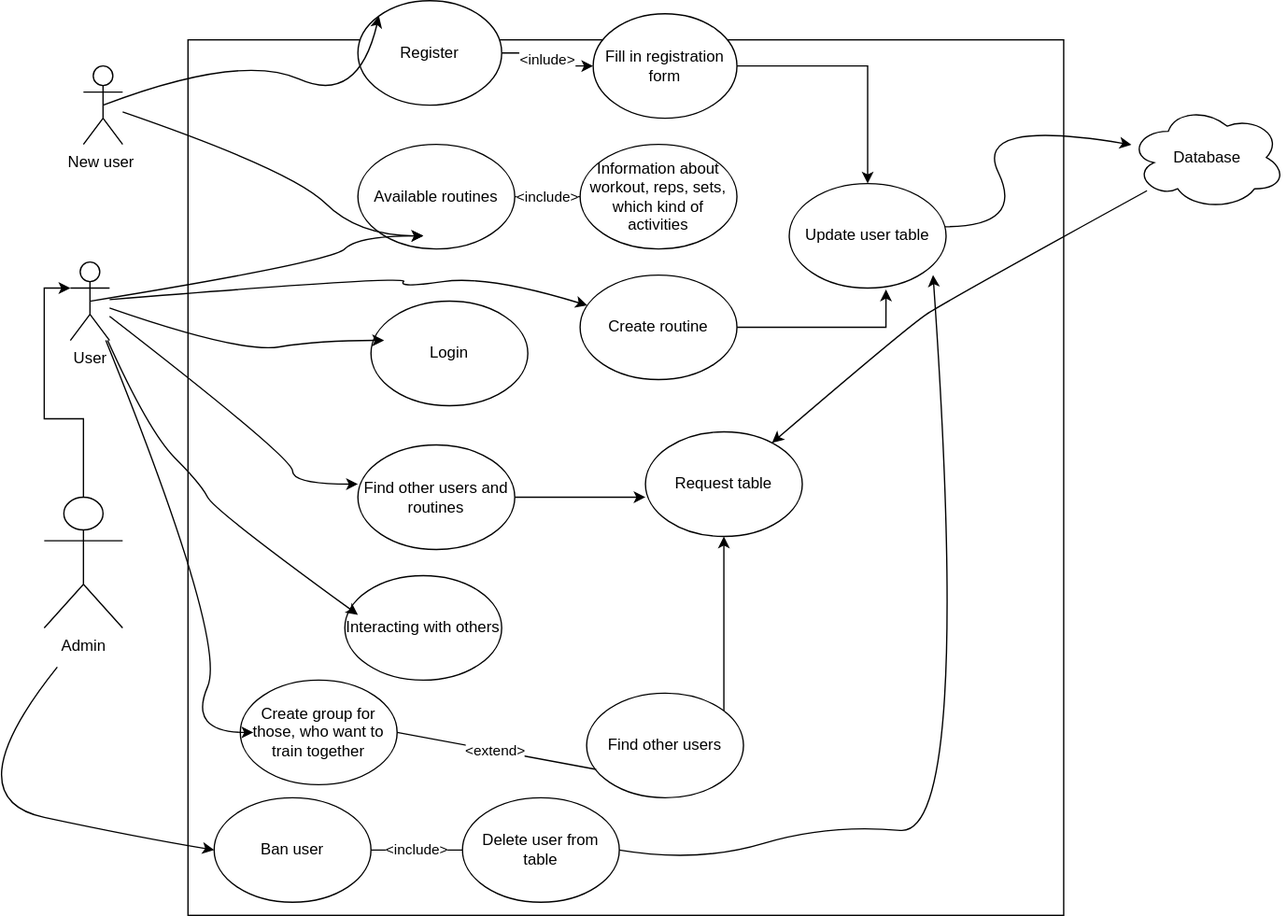
Maybenex1ime/Web_Project_Autumn_2021 keeps this draw.io diagram as UC.svg. Above is the earlier version. Source tidied: cells renumbered, new cells last; positions are measured from the earlier drawing's top-left corner, leaving out a move shared by most shapes.
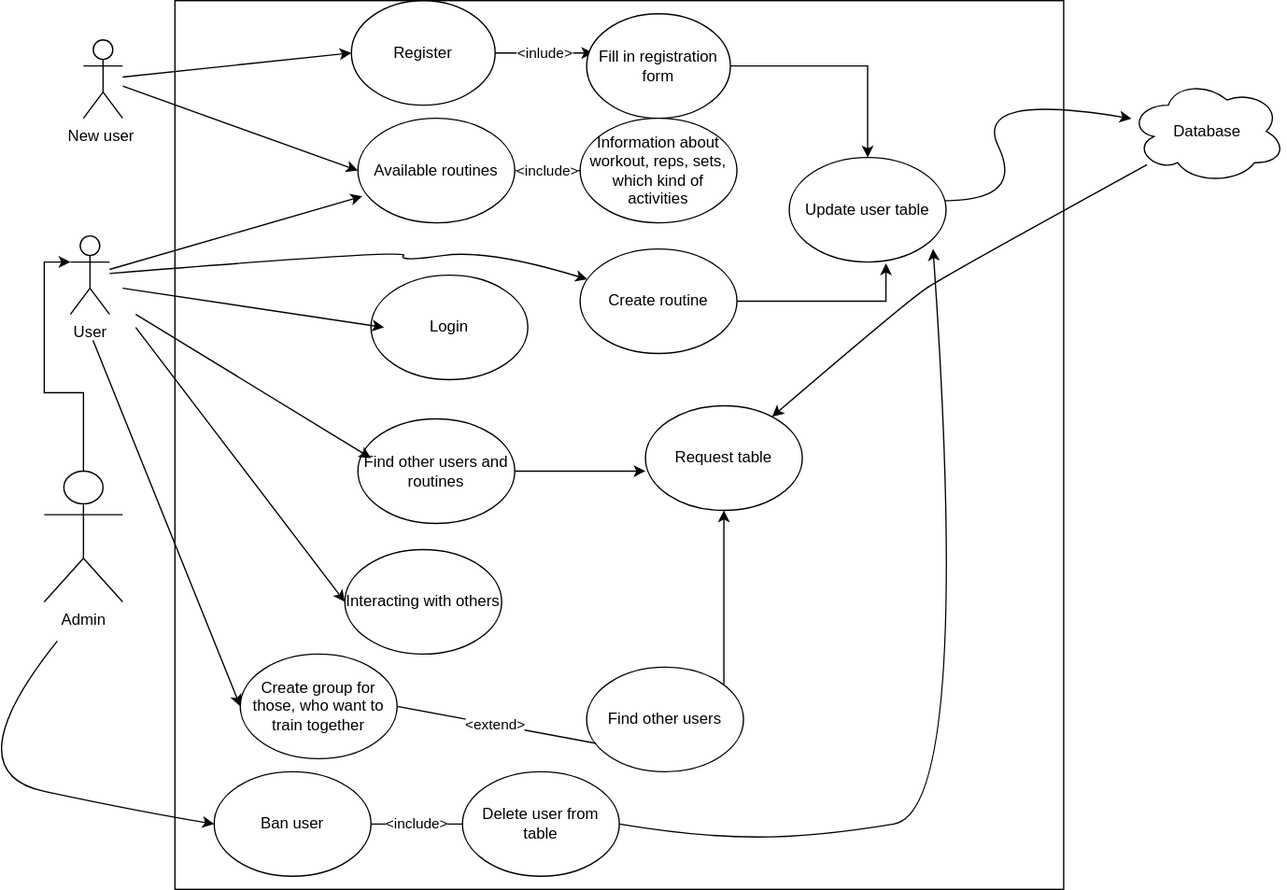
After the change.

The edit, as a diff of the source:
```diff
@@ -6,64 +6,31 @@
       <mxGeometry x="100" y="50" width="30" height="60" as="geometry" />
     </mxCell>
     <mxCell id="3" style="whiteSpace=wrap;html=1;" parent="1" vertex="1">
-      <mxGeometry x="180" y="30" width="670" height="670" as="geometry" />
+      <mxGeometry x="170" y="20" width="680" height="680" as="geometry" />
     </mxCell>
-    <mxCell id="4" value="&amp;lt;inlude&amp;gt;" style="edgeStyle=orthogonalEdgeStyle;rounded=0;jettySize=auto;html=1;entryX=0;entryY=0.5;entryDx=0;entryDy=0;" parent="1" edge="1" source="5" target="7">
-      <mxGeometry relative="1" as="geometry" />
+    <mxCell id="4" value="&amp;lt;inlude&amp;gt;" style="edgeStyle=orthogonalEdgeStyle;rounded=0;jettySize=auto;html=1;" parent="1" edge="1" source="5">
+      <mxGeometry relative="1" as="geometry">
+        <mxPoint x="490" y="60" as="targetPoint" />
+      </mxGeometry>
     </mxCell>
     <mxCell id="5" value="Register" style="ellipse;whiteSpace=wrap;html=1;" parent="1" vertex="1">
-      <mxGeometry x="310" width="110" height="80" as="geometry" />
+      <mxGeometry x="305" y="20" width="110" height="80" as="geometry" />
     </mxCell>
     <mxCell id="6" style="edgeStyle=orthogonalEdgeStyle;rounded=0;jettySize=auto;html=1;" parent="1" edge="1" source="7" target="17">
       <mxGeometry relative="1" as="geometry" />
     </mxCell>
     <mxCell id="7" value="Fill in registration form" style="ellipse;whiteSpace=wrap;html=1;" parent="1" vertex="1">
-      <mxGeometry x="490" y="10" width="110" height="80" as="geometry" />
+      <mxGeometry x="485" y="30" width="110" height="80" as="geometry" />
     </mxCell>
-    <mxCell id="8" style="curved=1;endArrow=classic;html=1;exitX=0.5;exitY=0.5;exitDx=0;exitDy=0;exitPerimeter=0;entryX=0;entryY=0;entryDx=0;entryDy=0;" parent="1" edge="1" source="2" target="5">
-      <mxGeometry relative="1" as="geometry">
-        <Array as="points">
-          <mxPoint x="220" y="40" />
-          <mxPoint x="310" y="80" />
-        </Array>
-      </mxGeometry>
-    </mxCell>
     <mxCell id="9" value="User" style="shape=umlActor;verticalLabelPosition=bottom;verticalAlign=top;html=1;outlineConnect=0;" parent="1" vertex="1">
       <mxGeometry x="90" y="200" width="30" height="60" as="geometry" />
     </mxCell>
     <mxCell id="10" value="Login" style="ellipse;whiteSpace=wrap;html=1;" parent="1" vertex="1">
       <mxGeometry x="320" y="230" width="120" height="80" as="geometry" />
     </mxCell>
-    <mxCell id="11" style="curved=1;endArrow=classic;html=1;" parent="1" edge="1" source="9">
-      <mxGeometry relative="1" as="geometry">
-        <mxPoint x="330" y="260" as="targetPoint" />
-        <Array as="points">
-          <mxPoint x="220" y="270" />
-          <mxPoint x="280" y="260" />
-        </Array>
-      </mxGeometry>
-    </mxCell>
     <mxCell id="12" value="Available routines" style="ellipse;whiteSpace=wrap;html=1;" parent="1" vertex="1">
       <mxGeometry x="310" y="110" width="120" height="80" as="geometry" />
     </mxCell>
-    <mxCell id="13" style="curved=1;endArrow=classic;html=1;" parent="1" edge="1" source="2">
-      <mxGeometry relative="1" as="geometry">
-        <mxPoint x="360" y="180" as="targetPoint" />
-        <Array as="points">
-          <mxPoint x="260" y="130" />
-          <mxPoint x="310" y="180" />
-        </Array>
-      </mxGeometry>
-    </mxCell>
-    <mxCell id="14" style="curved=1;endArrow=classic;html=1;exitX=0.5;exitY=0.5;exitDx=0;exitDy=0;exitPerimeter=0;" parent="1" edge="1" source="9">
-      <mxGeometry relative="1" as="geometry">
-        <mxPoint x="360" y="180" as="targetPoint" />
-        <Array as="points">
-          <mxPoint x="290" y="200" />
-          <mxPoint x="310" y="180" />
-        </Array>
-      </mxGeometry>
-    </mxCell>
     <mxCell id="15" value="Information about workout, reps, sets, which kind of activities" style="ellipse;whiteSpace=wrap;html=1;" parent="1" vertex="1">
       <mxGeometry x="480" y="110" width="120" height="80" as="geometry" />
     </mxCell>
@@ -90,15 +57,6 @@
     <mxCell id="21" value="Find other users and routines" style="ellipse;whiteSpace=wrap;html=1;" parent="1" vertex="1">
       <mxGeometry x="310" y="340" width="120" height="80" as="geometry" />
     </mxCell>
-    <mxCell id="22" style="curved=1;endArrow=classic;html=1;" parent="1" edge="1" source="9">
-      <mxGeometry relative="1" as="geometry">
-        <mxPoint x="310" y="370" as="targetPoint" />
-        <Array as="points">
-          <mxPoint x="260" y="350" />
-          <mxPoint x="260" y="370" />
-        </Array>
-      </mxGeometry>
-    </mxCell>
     <mxCell id="23" value="Request table" style="ellipse;whiteSpace=wrap;html=1;" parent="1" vertex="1">
       <mxGeometry x="530" y="330" width="120" height="80" as="geometry" />
     </mxCell>
@@ -113,16 +71,6 @@
     <mxCell id="25" value="Interacting with others" style="ellipse;whiteSpace=wrap;html=1;" parent="1" vertex="1">
       <mxGeometry x="300" y="440" width="120" height="80" as="geometry" />
     </mxCell>
-    <mxCell id="26" style="curved=1;endArrow=classic;html=1;" parent="1" edge="1" source="9">
-      <mxGeometry relative="1" as="geometry">
-        <mxPoint x="310" y="470" as="targetPoint" />
-        <Array as="points">
-          <mxPoint x="150" y="330" />
-          <mxPoint x="190" y="370" />
-          <mxPoint x="200" y="390" />
-        </Array>
-      </mxGeometry>
-    </mxCell>
     <mxCell id="27" style="edgeStyle=orthogonalEdgeStyle;rounded=0;jettySize=auto;html=1;entryX=0.617;entryY=1.013;entryDx=0;entryDy=0;entryPerimeter=0;" parent="1" edge="1" source="28" target="17">
       <mxGeometry relative="1" as="geometry" />
     </mxCell>
@@ -141,15 +89,6 @@
     <mxCell id="30" value="Create group for those, who want to train together" style="ellipse;whiteSpace=wrap;html=1;" parent="1" vertex="1">
       <mxGeometry x="220" y="520" width="120" height="80" as="geometry" />
     </mxCell>
-    <mxCell id="31" style="curved=1;endArrow=classic;html=1;" parent="1" edge="1" source="9">
-      <mxGeometry relative="1" as="geometry">
-        <mxPoint x="230" y="560" as="targetPoint" />
-        <Array as="points">
-          <mxPoint x="210" y="490" />
-          <mxPoint x="180" y="560" />
-        </Array>
-      </mxGeometry>
-    </mxCell>
     <mxCell id="32" style="edgeStyle=orthogonalEdgeStyle;rounded=0;jettySize=auto;html=1;" parent="1" edge="1" source="33" target="23">
       <mxGeometry relative="1" as="geometry">
         <Array as="points">
@@ -183,7 +122,7 @@
       <mxGeometry relative="1" as="geometry">
         <Array as="points">
           <mxPoint x="570" y="660" />
-          <mxPoint x="670" y="630" />
+          <mxPoint x="660" y="660" />
           <mxPoint x="780" y="640" />
         </Array>
       </mxGeometry>
@@ -197,5 +136,36 @@
         </Array>
       </mxGeometry>
     </mxCell>
+    <mxCell id="8" style="endArrow=classic;html=1;entryX=0;entryY=0.5;entryDx=0;entryDy=0;" parent="1" edge="1" source="2" target="5">
+      <mxGeometry relative="1" as="geometry" />
+    </mxCell>
+    <mxCell id="42" style="endArrow=classic;html=1;entryX=0;entryY=0.5;entryDx=0;entryDy=0;" parent="1" edge="1" source="2" target="12">
+      <mxGeometry relative="1" as="geometry" />
+    </mxCell>
+    <mxCell id="43" style="endArrow=classic;html=1;entryX=0.028;entryY=0.746;entryDx=0;entryDy=0;entryPerimeter=0;" parent="1" edge="1" source="9" target="12">
+      <mxGeometry relative="1" as="geometry" />
+    </mxCell>
+    <mxCell id="44" style="endArrow=classic;html=1;" parent="1" edge="1">
+      <mxGeometry relative="1" as="geometry">
+        <mxPoint x="130" y="240" as="sourcePoint" />
+        <mxPoint x="330" y="270" as="targetPoint" />
+      </mxGeometry>
+    </mxCell>
+    <mxCell id="45" style="endArrow=classic;html=1;" parent="1" edge="1">
+      <mxGeometry relative="1" as="geometry">
+        <mxPoint x="140" y="260" as="sourcePoint" />
+        <mxPoint x="320" y="370" as="targetPoint" />
+      </mxGeometry>
+    </mxCell>
+    <mxCell id="46" style="endArrow=classic;html=1;entryX=0;entryY=0.5;entryDx=0;entryDy=0;" parent="1" edge="1" target="25">
+      <mxGeometry relative="1" as="geometry">
+        <mxPoint x="140" y="270" as="sourcePoint" />
+      </mxGeometry>
+    </mxCell>
+    <mxCell id="47" style="endArrow=classic;html=1;entryX=0;entryY=0.5;entryDx=0;entryDy=0;" parent="1" edge="1" target="30">
+      <mxGeometry relative="1" as="geometry">
+        <mxPoint x="107.3" y="280" as="sourcePoint" />
+      </mxGeometry>
+    </mxCell>
   </root>
 </mxGraphModel>
```
